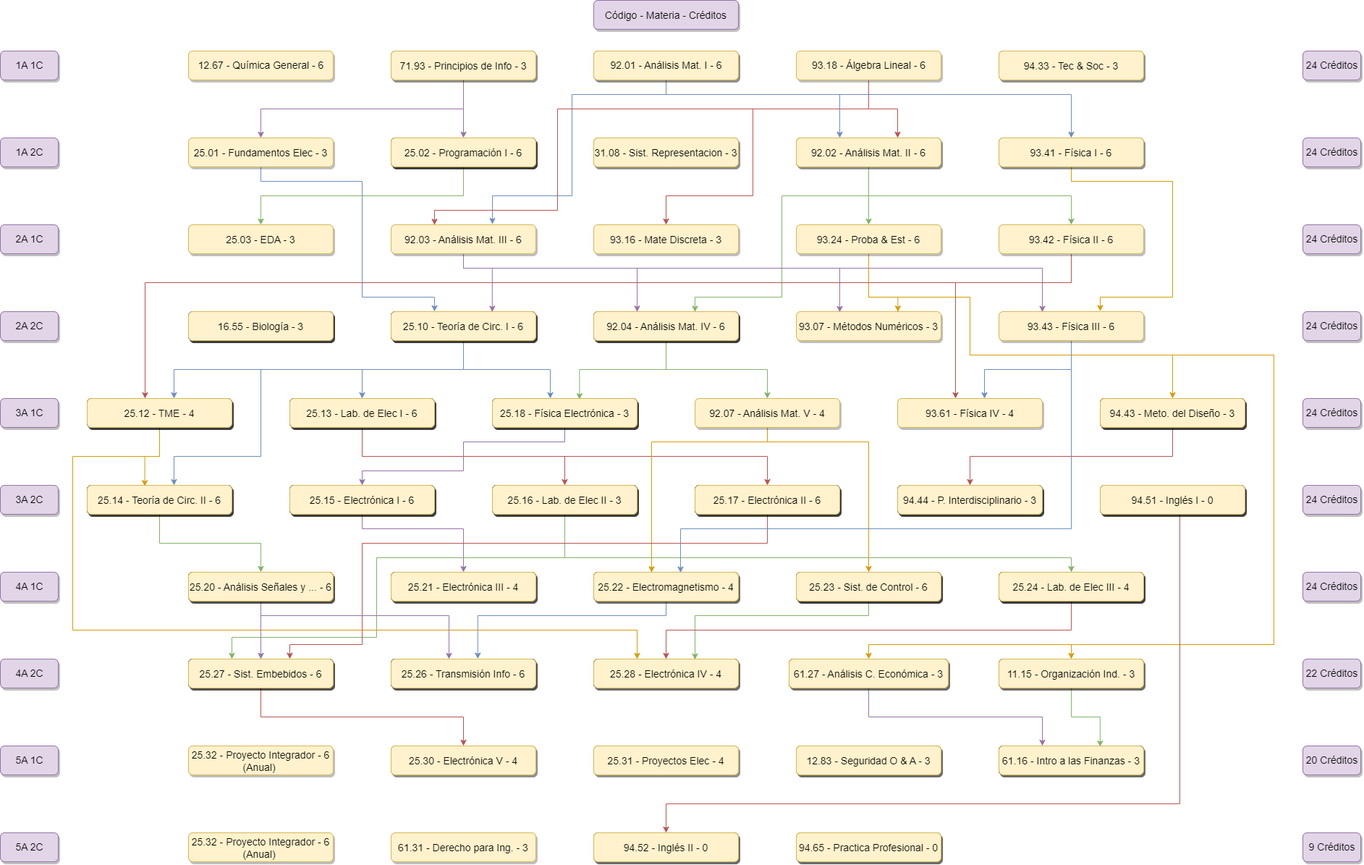
Before: K22.drawio.png, a diagram exported from draw.io (juanipla/K22). Source tidied: cells renumbered, new cells last; positions are measured from the earlier drawing's top-left corner, leaving out a move shared by most shapes.
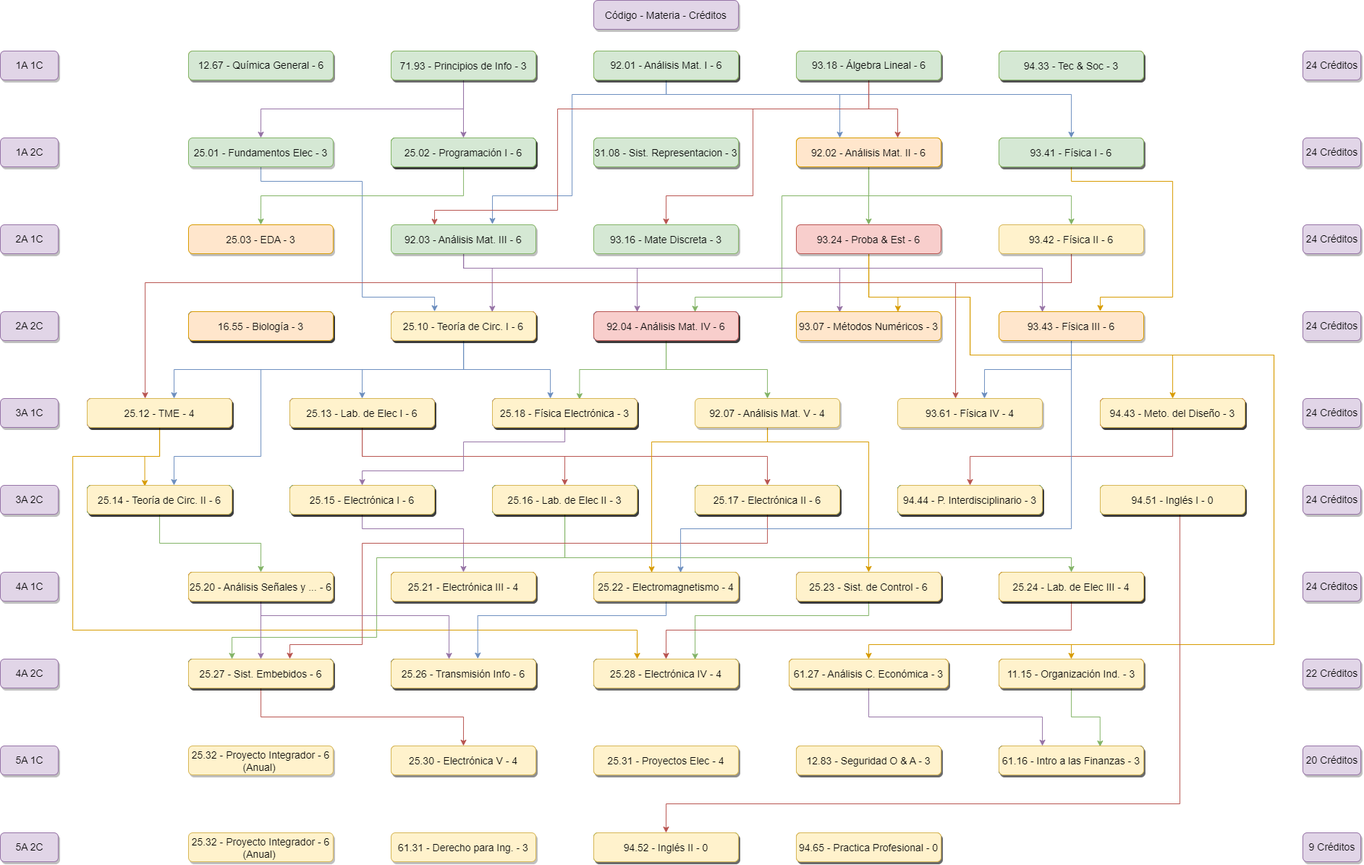
The same diagram one commit later.

What changed in the source:
```diff
@@ -96,7 +96,7 @@
         </Array>
       </mxGeometry>
     </mxCell>
-    <mxCell id="17" value="25.01 - Fundamentos Elec - 3" style="rounded=1;fillColor=#fff2cc;strokeColor=#d6b656;shadow=1;fontStyle=0;fontSize=14;labelBorderColor=none;labelBackgroundColor=none;" parent="1" vertex="1">
+    <mxCell id="17" value="25.01 - Fundamentos Elec - 3" style="rounded=1;fillColor=#d5e8d4;strokeColor=#82b366;shadow=1;fontStyle=0;fontSize=14;labelBorderColor=none;labelBackgroundColor=none;" parent="1" vertex="1">
       <mxGeometry x="260" y="190" width="200" height="40" as="geometry" />
     </mxCell>
     <mxCell id="18" style="edgeStyle=orthogonalEdgeStyle;rounded=0;jumpStyle=none;jettySize=auto;html=1;entryX=0.5;entryY=0;entryDx=0;entryDy=0;fillColor=#d5e8d4;strokeColor=#82b366;" parent="1" edge="1" source="19" target="27">
@@ -151,7 +151,7 @@
     <mxCell id="26" value="93.41 - Física I - 6" style="rounded=1;fillColor=#d5e8d4;strokeColor=#82b366;shadow=1;fontStyle=0;fontSize=14;labelBorderColor=none;labelBackgroundColor=none;verticalAlign=middle;" parent="1" vertex="1">
       <mxGeometry x="1380" y="190" width="200" height="40" as="geometry" />
     </mxCell>
-    <mxCell id="27" value="25.03 - EDA - 3" style="rounded=1;fillColor=#fff2cc;strokeColor=#d6b656;shadow=1;fontStyle=0;fontSize=14;labelBorderColor=none;labelBackgroundColor=none;" parent="1" vertex="1">
+    <mxCell id="27" value="25.03 - EDA - 3" style="rounded=1;fillColor=#ffe6cc;strokeColor=#d79b00;shadow=1;fontStyle=0;fontSize=14;labelBorderColor=none;labelBackgroundColor=none;" parent="1" vertex="1">
       <mxGeometry x="260" y="310" width="200" height="40" as="geometry" />
     </mxCell>
     <mxCell id="28" style="edgeStyle=orthogonalEdgeStyle;rounded=0;jumpStyle=none;jettySize=auto;html=1;entryX=0.699;entryY=0.013;entryDx=0;entryDy=0;fillColor=#e1d5e7;strokeColor=#9673a6;entryPerimeter=0;" parent="1" edge="1" source="32" target="83">
@@ -188,10 +188,10 @@
         </Array>
       </mxGeometry>
     </mxCell>
-    <mxCell id="32" value="92.03 - Análisis Mat. III - 6" style="rounded=1;fillColor=#fff2cc;strokeColor=#d6b656;shadow=1;fontStyle=0;fontSize=14;labelBorderColor=none;labelBackgroundColor=none;" parent="1" vertex="1">
+    <mxCell id="32" value="92.03 - Análisis Mat. III - 6" style="rounded=1;fillColor=#d5e8d4;strokeColor=#82b366;shadow=1;fontStyle=0;fontSize=14;labelBorderColor=none;labelBackgroundColor=none;" parent="1" vertex="1">
       <mxGeometry x="540" y="310" width="200" height="40" as="geometry" />
     </mxCell>
-    <mxCell id="33" value="93.16 - Mate Discreta - 3" style="rounded=1;fillColor=#fff2cc;strokeColor=#d6b656;shadow=1;fontStyle=0;fontSize=14;labelBorderColor=none;labelBackgroundColor=none;verticalAlign=middle;" parent="1" vertex="1">
+    <mxCell id="33" value="93.16 - Mate Discreta - 3" style="rounded=1;fillColor=#d5e8d4;strokeColor=#82b366;shadow=1;fontStyle=0;fontSize=14;labelBorderColor=none;labelBackgroundColor=none;verticalAlign=middle;" parent="1" vertex="1">
       <mxGeometry x="820" y="310" width="200" height="40" as="geometry" />
     </mxCell>
     <mxCell id="34" style="edgeStyle=orthogonalEdgeStyle;rounded=0;jumpStyle=none;jettySize=auto;html=1;entryX=0.702;entryY=0.006;entryDx=0;entryDy=0;fillColor=#ffe6cc;strokeColor=#d79b00;entryPerimeter=0;" parent="1" edge="1" source="38" target="87">
@@ -236,7 +236,7 @@
         </Array>
       </mxGeometry>
     </mxCell>
-    <mxCell id="38" value="93.24 - Proba &amp; Est - 6" style="rounded=1;fillColor=#fff2cc;strokeColor=#d6b656;shadow=1;fontStyle=0;fontSize=14;labelBorderColor=none;labelBackgroundColor=none;verticalAlign=middle;" parent="1" vertex="1">
+    <mxCell id="38" value="93.24 - Proba &amp; Est - 6" style="rounded=1;fillColor=#f8cecc;strokeColor=#b85450;shadow=1;fontStyle=0;fontSize=14;labelBorderColor=none;labelBackgroundColor=none;verticalAlign=middle;" parent="1" vertex="1">
       <mxGeometry x="1100" y="310" width="200" height="40" as="geometry" />
     </mxCell>
     <mxCell id="39" style="edgeStyle=orthogonalEdgeStyle;rounded=0;jumpStyle=none;jettySize=auto;html=1;entryX=0.398;entryY=-0.001;entryDx=0;entryDy=0;fillColor=#f8cecc;strokeColor=#b85450;entryPerimeter=0;" parent="1" edge="1" source="41" target="54">
@@ -486,7 +486,7 @@
     <mxCell id="86" value="92.04 - Análisis Mat. IV - 6" style="rounded=1;fillColor=#dae8fc;strokeColor=#6c8ebf;shadow=1;fontStyle=0;fontSize=14;labelBorderColor=none;labelBackgroundColor=none;verticalAlign=middle;" parent="1" vertex="1">
       <mxGeometry x="820" y="430" width="200" height="40" as="geometry" />
     </mxCell>
-    <mxCell id="87" value="93.07 - Métodos Numéricos - 3" style="rounded=1;fillColor=#fff2cc;strokeColor=#d6b656;shadow=1;fontStyle=0;fontSize=14;labelBorderColor=none;labelBackgroundColor=none;verticalAlign=middle;" parent="1" vertex="1">
+    <mxCell id="87" value="93.07 - Métodos Numéricos - 3" style="rounded=1;fillColor=#ffe6cc;strokeColor=#d79b00;shadow=1;fontStyle=0;fontSize=14;labelBorderColor=none;labelBackgroundColor=none;verticalAlign=middle;" parent="1" vertex="1">
       <mxGeometry x="1100" y="430" width="200" height="40" as="geometry" />
     </mxCell>
     <mxCell id="88" style="edgeStyle=orthogonalEdgeStyle;rounded=0;jumpStyle=none;jettySize=auto;html=1;fillColor=#dae8fc;strokeColor=#6c8ebf;" parent="1" edge="1" source="90">
@@ -507,7 +507,7 @@
         </Array>
       </mxGeometry>
     </mxCell>
-    <mxCell id="90" value="93.43 - Física III - 6" style="rounded=1;fillColor=#fff2cc;strokeColor=#d6b656;shadow=1;fontStyle=0;fontSize=14;labelBorderColor=none;labelBackgroundColor=none;verticalAlign=middle;" parent="1" vertex="1">
+    <mxCell id="90" value="93.43 - Física III - 6" style="rounded=1;fillColor=#ffe6cc;strokeColor=#d79b00;shadow=1;fontStyle=0;fontSize=14;labelBorderColor=none;labelBackgroundColor=none;verticalAlign=middle;" parent="1" vertex="1">
       <mxGeometry x="1380" y="430" width="200" height="40" as="geometry" />
     </mxCell>
     <mxCell id="91" style="edgeStyle=orthogonalEdgeStyle;rounded=0;jumpStyle=none;jettySize=auto;html=1;entryX=0.5;entryY=0;entryDx=0;entryDy=0;fillColor=#e1d5e7;strokeColor=#9673a6;" parent="1" edge="1" source="93" target="102">
@@ -658,10 +658,10 @@
     <mxCell id="129" value="93.41 - Física I - 6" style="rounded=1;fillColor=#fff2cc;strokeColor=#d6b656;shadow=1;fontStyle=0;fontSize=14;labelBorderColor=none;labelBackgroundColor=none;verticalAlign=middle;" parent="1" vertex="1">
       <mxGeometry x="1380" y="190" width="200" height="40" as="geometry" />
     </mxCell>
-    <mxCell id="130" value="92.02 - Análisis Mat. II - 6" style="rounded=1;fillColor=#fff2cc;strokeColor=#d6b656;shadow=1;fontStyle=0;fontSize=14;labelBorderColor=none;labelBackgroundColor=none;verticalAlign=middle;" parent="1" vertex="1">
+    <mxCell id="130" value="92.02 - Análisis Mat. II - 6" style="rounded=1;fillColor=#ffe6cc;strokeColor=#d79b00;shadow=1;fontStyle=0;fontSize=14;labelBorderColor=none;labelBackgroundColor=none;verticalAlign=middle;" parent="1" vertex="1">
       <mxGeometry x="1100" y="190" width="200" height="40" as="geometry" />
     </mxCell>
-    <mxCell id="131" value="31.08 - Sist. Representacion - 3" style="rounded=1;fillColor=#fff2cc;strokeColor=#d6b656;shadow=1;fontStyle=0;fontSize=14;labelBorderColor=none;labelBackgroundColor=none;verticalAlign=middle;" parent="1" vertex="1">
+    <mxCell id="131" value="31.08 - Sist. Representacion - 3" style="rounded=1;fillColor=#d5e8d4;strokeColor=#82b366;shadow=1;fontStyle=0;fontSize=14;labelBorderColor=none;labelBackgroundColor=none;verticalAlign=middle;" parent="1" vertex="1">
       <mxGeometry x="820" y="190" width="200" height="40" as="geometry" />
     </mxCell>
     <mxCell id="132" value="92.01 - Análisis Mat. I - 6" style="rounded=1;fillColor=#fff2cc;strokeColor=#d6b656;shadow=1;fontStyle=0;fontSize=14;labelBorderColor=none;labelBackgroundColor=none;html=1;verticalAlign=middle;" parent="1" vertex="1">
@@ -850,16 +850,16 @@
     <mxCell id="193" value="94.43 - Meto. del Diseño - 3" style="rounded=1;fillColor=#fff2cc;strokeColor=#d6b656;shadow=1;fontStyle=0;fontSize=14;labelBorderColor=none;labelBackgroundColor=none;verticalAlign=middle;" parent="1" vertex="1">
       <mxGeometry x="1520" y="550" width="200" height="40" as="geometry" />
     </mxCell>
-    <mxCell id="194" value="25.02 - Programación I - 6" style="rounded=1;fillColor=#fff2cc;strokeColor=#d6b656;shadow=1;fontStyle=0;fontSize=14;labelBorderColor=none;labelBackgroundColor=none;" parent="1" vertex="1">
+    <mxCell id="194" value="25.02 - Programación I - 6" style="rounded=1;fillColor=#d5e8d4;strokeColor=#82b366;shadow=1;fontStyle=0;fontSize=14;labelBorderColor=none;labelBackgroundColor=none;" parent="1" vertex="1">
       <mxGeometry x="540" y="190" width="200" height="40" as="geometry" />
     </mxCell>
-    <mxCell id="195" value="16.55 - Biología - 3" style="rounded=1;fillColor=#fff2cc;strokeColor=#d6b656;shadow=1;fontStyle=0;fontSize=14;labelBorderColor=none;labelBackgroundColor=none;" parent="1" vertex="1">
+    <mxCell id="195" value="16.55 - Biología - 3" style="rounded=1;fillColor=#ffe6cc;strokeColor=#d79b00;shadow=1;fontStyle=0;fontSize=14;labelBorderColor=none;labelBackgroundColor=none;" parent="1" vertex="1">
       <mxGeometry x="260" y="430" width="200" height="40" as="geometry" />
     </mxCell>
     <mxCell id="196" value="25.10 - Teoría de Circ. I - 6" style="rounded=1;fillColor=#fff2cc;strokeColor=#d6b656;shadow=1;fontStyle=0;fontSize=14;labelBorderColor=none;labelBackgroundColor=none;" parent="1" vertex="1">
       <mxGeometry x="540" y="430" width="200" height="40" as="geometry" />
     </mxCell>
-    <mxCell id="197" value="92.04 - Análisis Mat. IV - 6" style="rounded=1;fillColor=#fff2cc;strokeColor=#d6b656;shadow=1;fontStyle=0;fontSize=14;labelBorderColor=none;labelBackgroundColor=none;verticalAlign=middle;" parent="1" vertex="1">
+    <mxCell id="197" value="92.04 - Análisis Mat. IV - 6" style="rounded=1;fillColor=#f8cecc;strokeColor=#b85450;shadow=1;fontStyle=0;fontSize=14;labelBorderColor=none;labelBackgroundColor=none;verticalAlign=middle;" parent="1" vertex="1">
       <mxGeometry x="820" y="430" width="200" height="40" as="geometry" />
     </mxCell>
     <mxCell id="198" value="25.18 - Física Electrónica - 3" style="rounded=1;fillColor=#fff2cc;strokeColor=#d6b656;shadow=1;fontStyle=0;fontSize=14;labelBorderColor=none;labelBackgroundColor=none;verticalAlign=middle;" parent="1" vertex="1">
@@ -952,5 +952,32 @@
     <mxCell id="227" value="94.52 - Inglés II - 0" style="rounded=1;fillColor=#fff2cc;strokeColor=#d6b656;shadow=1;fontStyle=0;fontSize=14;labelBorderColor=none;labelBackgroundColor=none;verticalAlign=middle;" parent="1" vertex="1">
       <mxGeometry x="820" y="1150" width="200" height="40" as="geometry" />
     </mxCell>
+    <mxCell id="228" value="&lt;font style=&quot;font-size: 14px&quot;&gt;12.67 - Química General - 6&lt;/font&gt;" style="rounded=1;fillColor=#d5e8d4;strokeColor=#82b366;shadow=1;fontStyle=0;fontSize=14;labelBorderColor=none;labelBackgroundColor=none;html=1;" parent="1" vertex="1">
+      <mxGeometry x="260" y="70" width="200" height="40" as="geometry" />
+    </mxCell>
+    <mxCell id="229" value="71.93 - Principios de Info - 3" style="rounded=1;fillColor=#d5e8d4;strokeColor=#82b366;shadow=1;fontStyle=0;fontSize=14;labelBorderColor=none;labelBackgroundColor=none;" parent="1" vertex="1">
+      <mxGeometry x="540" y="70" width="200" height="40" as="geometry" />
+    </mxCell>
+    <mxCell id="230" value="92.01 - Análisis Mat. I - 6" style="rounded=1;fillColor=#fff2cc;strokeColor=#d6b656;shadow=1;fontStyle=0;fontSize=14;labelBorderColor=none;labelBackgroundColor=none;html=1;verticalAlign=middle;" parent="1" vertex="1">
+      <mxGeometry x="820" y="70" width="200" height="40" as="geometry" />
+    </mxCell>
+    <mxCell id="231" value="93.18 - Álgebra Lineal - 6" style="rounded=1;fillColor=#fff2cc;strokeColor=#d6b656;shadow=1;fontStyle=0;fontSize=14;labelBorderColor=none;labelBackgroundColor=none;verticalAlign=middle;html=1;" parent="1" vertex="1">
+      <mxGeometry x="1100" y="70" width="200" height="40" as="geometry" />
+    </mxCell>
+    <mxCell id="232" value="94.33 - Tec &amp; Soc - 3" style="rounded=1;fillColor=#fff2cc;strokeColor=#d6b656;shadow=1;fontStyle=0;fontSize=14;labelBorderColor=none;labelBackgroundColor=none;verticalAlign=middle;" parent="1" vertex="1">
+      <mxGeometry x="1380" y="70" width="200" height="40" as="geometry" />
+    </mxCell>
+    <mxCell id="233" value="93.41 - Física I - 6" style="rounded=1;fillColor=#d5e8d4;strokeColor=#82b366;shadow=1;fontStyle=0;fontSize=14;labelBorderColor=none;labelBackgroundColor=none;verticalAlign=middle;" parent="1" vertex="1">
+      <mxGeometry x="1380" y="190" width="200" height="40" as="geometry" />
+    </mxCell>
+    <mxCell id="234" value="94.33 - Tec &amp; Soc - 3" style="rounded=1;fillColor=#d5e8d4;strokeColor=#82b366;shadow=1;fontStyle=0;fontSize=14;labelBorderColor=none;labelBackgroundColor=none;verticalAlign=middle;" parent="1" vertex="1">
+      <mxGeometry x="1380" y="70" width="200" height="40" as="geometry" />
+    </mxCell>
+    <mxCell id="235" value="93.18 - Álgebra Lineal - 6" style="rounded=1;fillColor=#d5e8d4;strokeColor=#82b366;shadow=1;fontStyle=0;fontSize=14;labelBorderColor=none;labelBackgroundColor=none;verticalAlign=middle;html=1;" parent="1" vertex="1">
+      <mxGeometry x="1100" y="70" width="200" height="40" as="geometry" />
+    </mxCell>
+    <mxCell id="236" value="92.01 - Análisis Mat. I - 6" style="rounded=1;fillColor=#d5e8d4;strokeColor=#82b366;shadow=1;fontStyle=0;fontSize=14;labelBorderColor=none;labelBackgroundColor=none;html=1;verticalAlign=middle;" parent="1" vertex="1">
+      <mxGeometry x="820" y="70" width="200" height="40" as="geometry" />
+    </mxCell>
   </root>
 </mxGraphModel>
```
